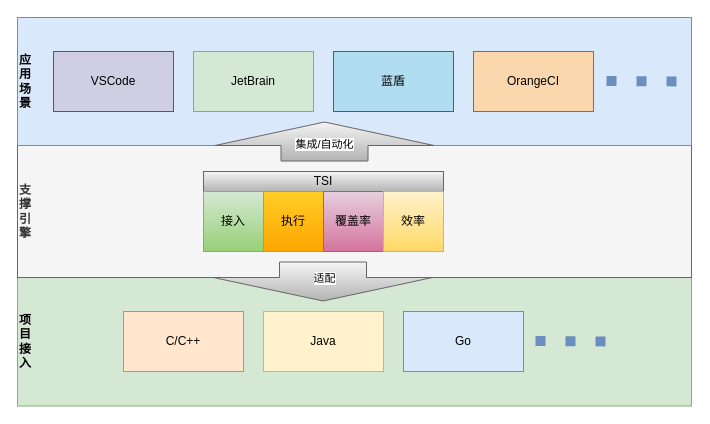
Above: TPTArch.drawio in MengJie/design (draw.io), before the change. Source tidied: cells renumbered, new cells numbered last; positions are measured from the earlier drawing's top-left corner, leaving out a move shared by most shapes. Both pictures are drawn from the tidied source at 100%, with x=0, y=0 at pixel (17, 17).
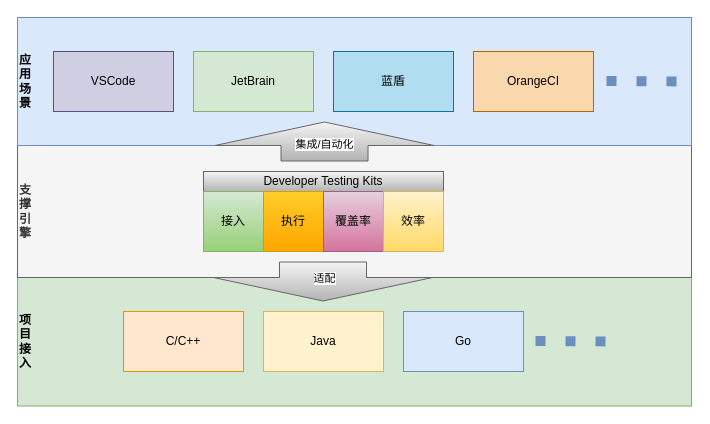
After the change.

Unchanged cells that the change refers to:
```xml
<mxCell id="12" style="group;gradientColor=#b3b3b3;fillColor=#f5f5f5;strokeColor=#666666;" parent="1" vertex="1">
  <mxGeometry x="186" y="154" width="240" height="80" as="geometry" />
</mxCell>
```

Diff of the diagram source:
```diff
@@
-    <mxCell id="13" value="TSI" style="rounded=0;whiteSpace=wrap;html=1;gradientColor=#b3b3b3;fillColor=#f5f5f5;strokeColor=#666666;" parent="12" vertex="1">
+    <mxCell id="13" value="Developer Testing Kits" style="rounded=0;whiteSpace=wrap;html=1;gradientColor=#b3b3b3;fillColor=#f5f5f5;strokeColor=#666666;" parent="12" vertex="1">
       <mxGeometry width="240" height="20" as="geometry" />
     </mxCell>
```
